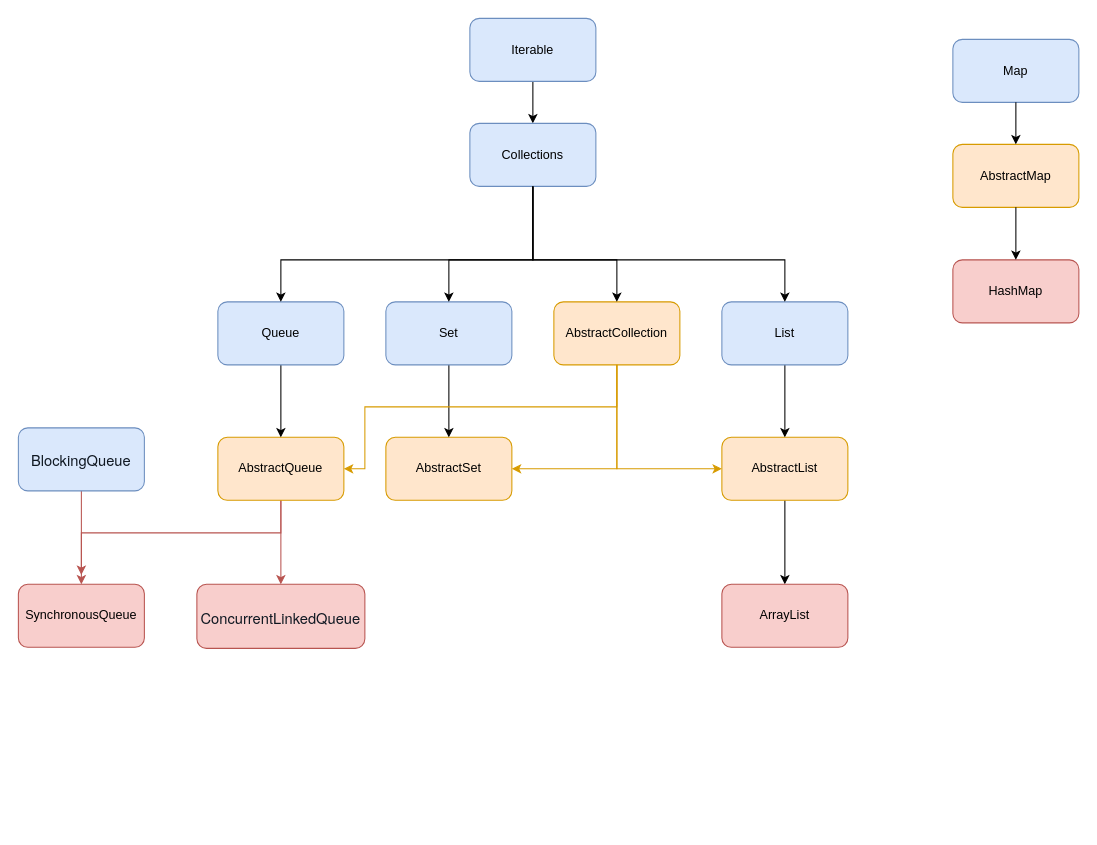
Above: Collection.drawio in shuchengzhang/draw (draw.io), before the change. Source tidied: cells renumbered, new cells numbered last; positions are measured from the earlier drawing's top-left corner, leaving out a move shared by most shapes. Both pictures are drawn from the tidied source at 105%, with x=0, y=0 at pixel (18, 18).
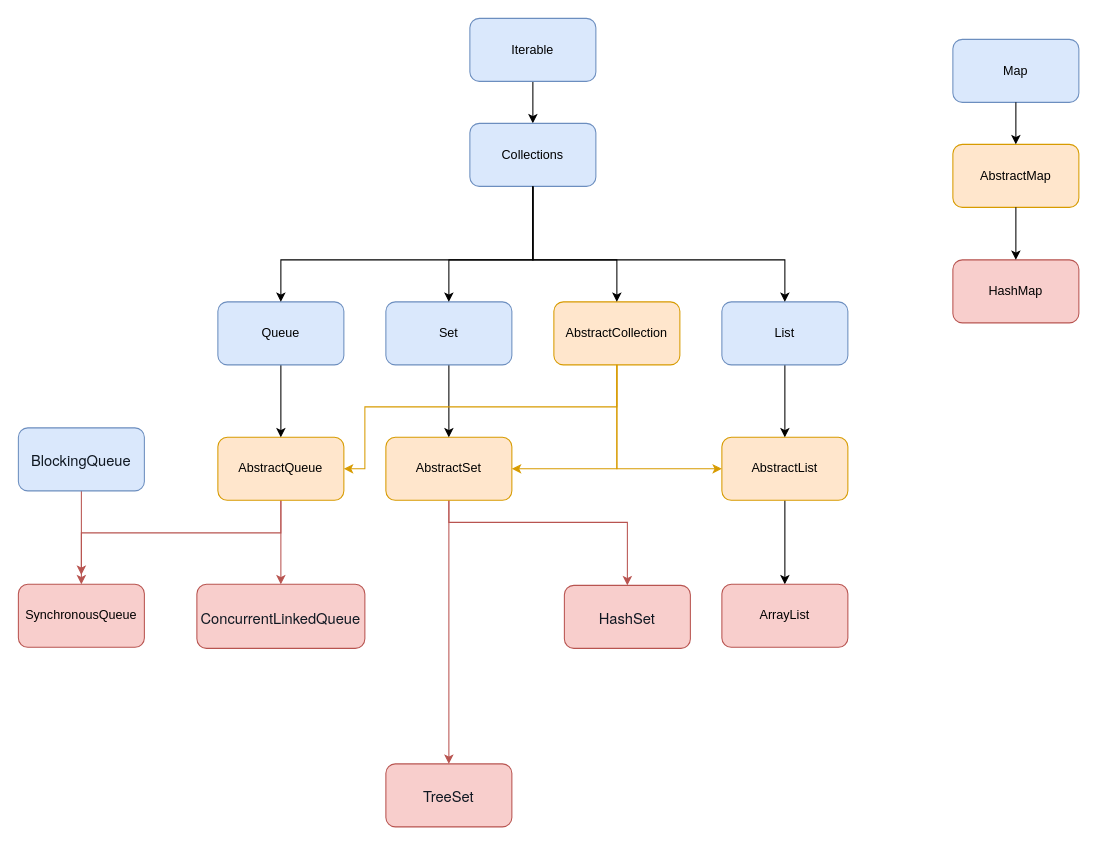
Above is the later version.

The change refers to these unchanged cells:
```xml
<mxCell id="13" value="AbstractSet" style="whiteSpace=wrap;html=1;rounded=1;fontStyle=0;strokeColor=#d79b00;fillColor=#ffe6cc;" parent="1" vertex="1">
  <mxGeometry x="350" y="399" width="120" height="60" as="geometry" />
</mxCell>
```

The edit, as a diff of the source:
```diff
@@
+    <mxCell id="36" style="edgeStyle=orthogonalEdgeStyle;rounded=0;jettySize=auto;html=1;fillColor=#f8cecc;strokeColor=#b85450;" parent="1" edge="1" source="13" target="38">
+      <mxGeometry relative="1" as="geometry">
+        <Array as="points">
+          <mxPoint x="410" y="480" />
+          <mxPoint x="580" y="480" />
+        </Array>
+      </mxGeometry>
+    </mxCell>
+    <mxCell id="37" style="edgeStyle=orthogonalEdgeStyle;rounded=0;jettySize=auto;html=1;entryX=0.5;entryY=0;entryDx=0;entryDy=0;fillColor=#f8cecc;strokeColor=#b85450;" parent="1" edge="1" source="13" target="39">
+      <mxGeometry relative="1" as="geometry" />
+    </mxCell>
@@
+    <mxCell id="38" value="&lt;p class=&quot;p1&quot; style=&quot;margin: 0px ; font-stretch: normal ; font-size: 14px ; line-height: normal ; font-family: &amp;#34;helvetica neue&amp;#34; ; color: rgb(15 , 23 , 33)&quot;&gt;HashSet&lt;/p&gt;" style="whiteSpace=wrap;html=1;rounded=1;fontStyle=0;strokeColor=#b85450;fillColor=#f8cecc;" parent="1" vertex="1">
+      <mxGeometry x="520" y="540" width="120" height="60" as="geometry" />
+    </mxCell>
+    <mxCell id="39" value="&lt;p class=&quot;p1&quot; style=&quot;margin: 0px ; font-stretch: normal ; font-size: 14px ; line-height: normal ; font-family: &amp;#34;helvetica neue&amp;#34; ; color: rgb(15 , 23 , 33)&quot;&gt;TreeSet&lt;/p&gt;" style="rounded=1;whiteSpace=wrap;html=1;fillColor=#f8cecc;strokeColor=#b85450;" parent="1" vertex="1">
+      <mxGeometry x="350" y="710" width="120" height="60" as="geometry" />
+    </mxCell>
```
